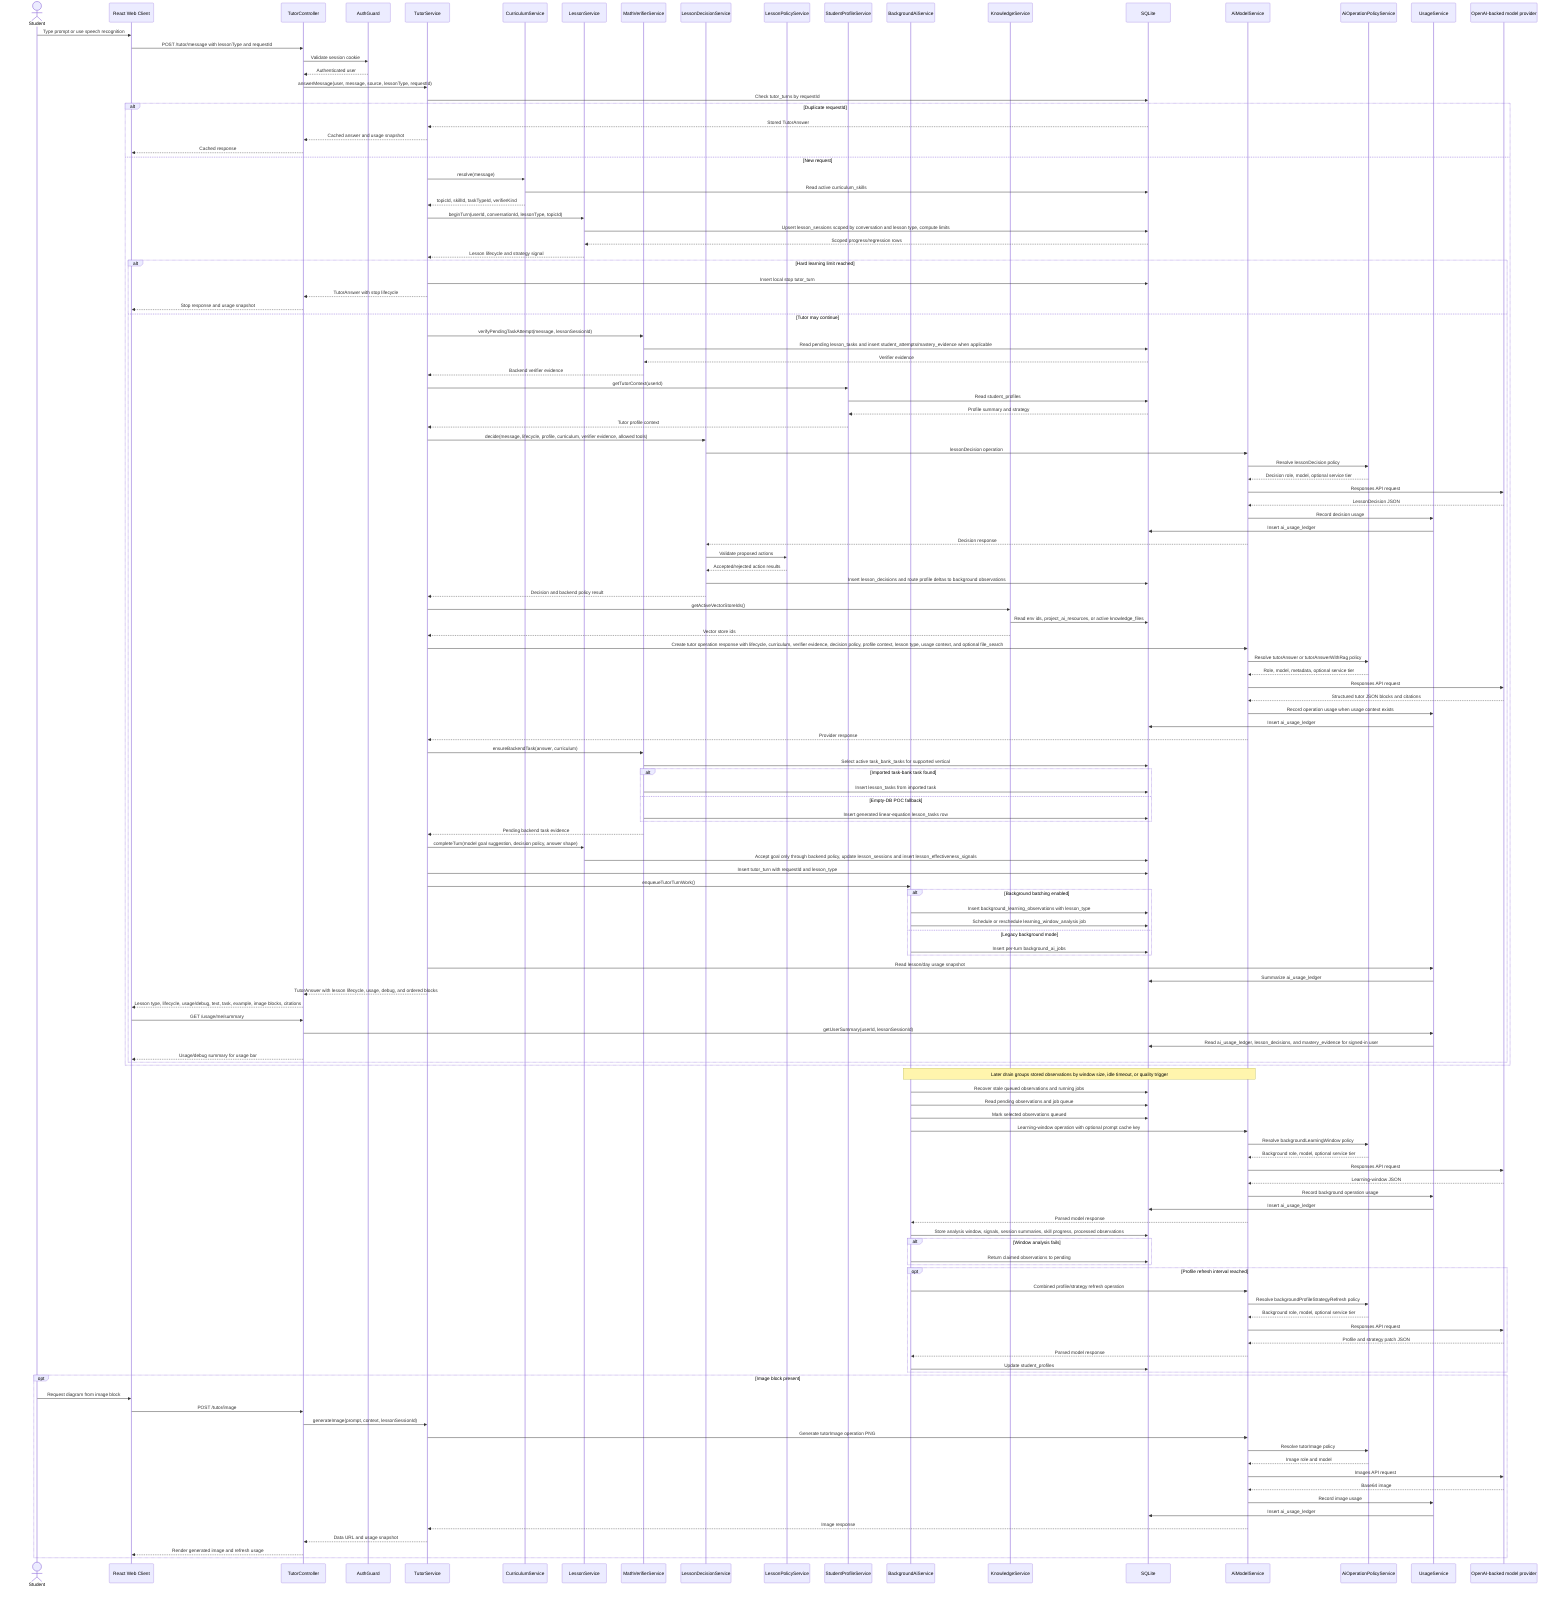
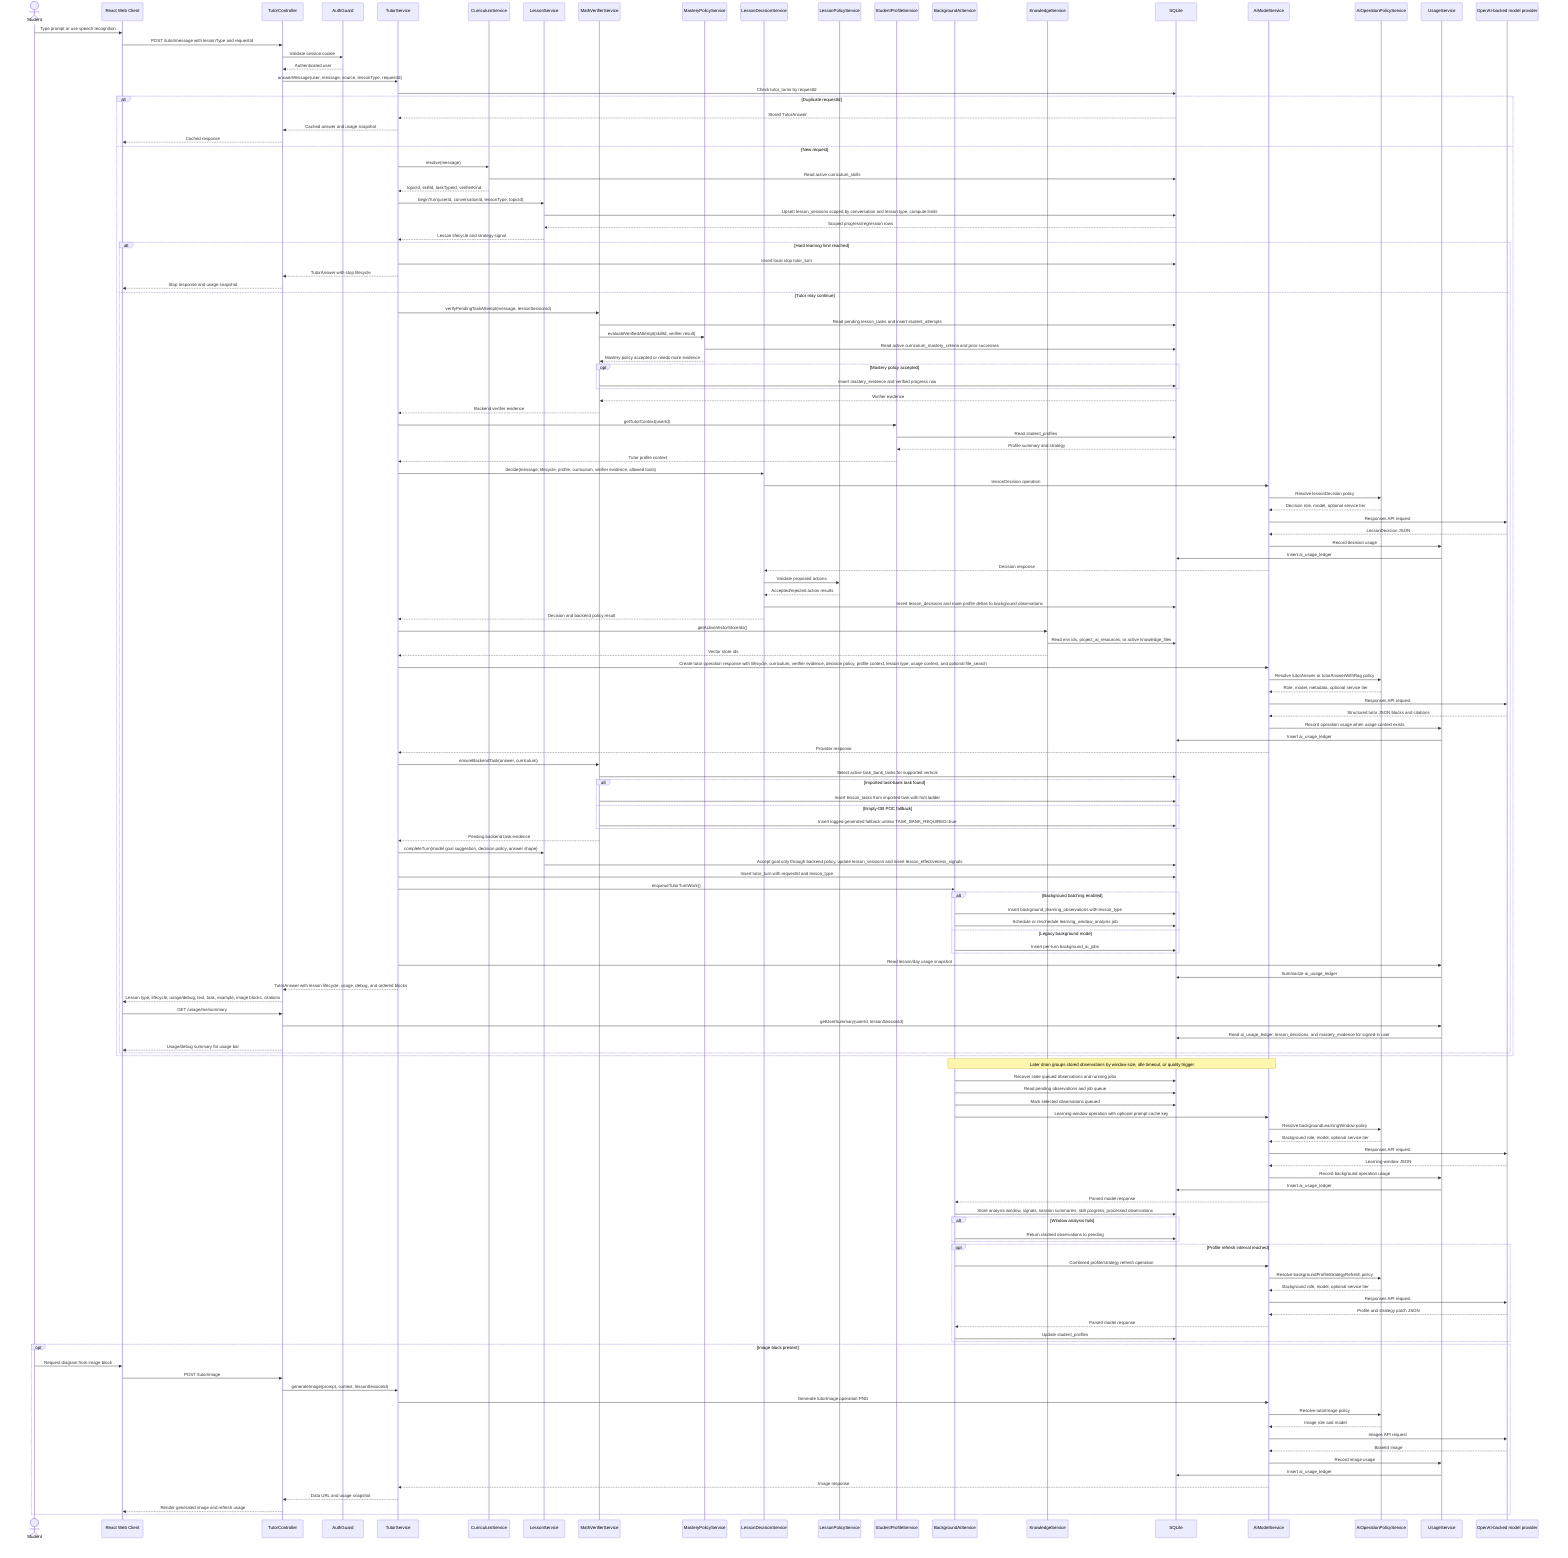
sequenceDiagram
  actor Student
  participant Web as React Web Client
  participant API as TutorController
  participant Auth as AuthGuard
  participant Tutor as TutorService
  participant Curriculum as CurriculumService
  participant Lesson as LessonService
  participant Verifier as MathVerifierService
+   participant MasteryPolicy as MasteryPolicyService
  participant Decision as LessonDecisionService
  participant LessonPolicy as LessonPolicyService
  participant Profile as StudentProfileService
  participant Background as BackgroundAiService
  participant Knowledge as KnowledgeService
  participant DB as SQLite
  participant AIModel as AiModelService
  participant Policy as AiOperationPolicyService
  participant Usage as UsageService
  participant OpenAI as OpenAI-backed model provider

  Student->>Web: Type prompt or use speech recognition
  Web->>API: POST /tutor/message with lessonType and requestId
  API->>Auth: Validate session cookie
  Auth-->>API: Authenticated user
  API->>Tutor: answerMessage(user, message, source, lessonType, requestId)
  Tutor->>DB: Check tutor_turns by requestId
  alt Duplicate requestId
    DB-->>Tutor: Stored TutorAnswer
    Tutor-->>API: Cached answer and usage snapshot
    API-->>Web: Cached response
  else New request
  Tutor->>Curriculum: resolve(message)
  Curriculum->>DB: Read active curriculum_skills
  Curriculum-->>Tutor: topicId, skillId, taskTypeId, verifierKind
  Tutor->>Lesson: beginTurn(userId, conversationId, lessonType, topicId)
  Lesson->>DB: Upsert lesson_sessions scoped by conversation and lesson type, compute limits
  DB-->>Lesson: Scoped progress/regression rows
  Lesson-->>Tutor: Lesson lifecycle and strategy signal
  alt Hard learning limit reached
    Tutor->>DB: Insert local stop tutor_turn
    Tutor-->>API: TutorAnswer with stop lifecycle
    API-->>Web: Stop response and usage snapshot
  else Tutor may continue
  Tutor->>Verifier: verifyPendingTaskAttempt(message, lessonSessionId)
-   Verifier->>DB: Read pending lesson_tasks and insert student_attempts/mastery_evidence when applicable
+   Verifier->>DB: Read pending lesson_tasks and insert student_attempts
+   Verifier->>MasteryPolicy: evaluateVerifiedAttempt(skillId, verifier result)
+   MasteryPolicy->>DB: Read active curriculum_mastery_criteria and prior successes
+   MasteryPolicy-->>Verifier: Mastery policy accepted or needs more evidence
+   opt Mastery policy accepted
+     Verifier->>DB: Insert mastery_evidence and verified progress row
+   end
  DB-->>Verifier: Verifier evidence
  Verifier-->>Tutor: Backend verifier evidence
  Tutor->>Profile: getTutorContext(userId)
  Profile->>DB: Read student_profiles
  DB-->>Profile: Profile summary and strategy
  Profile-->>Tutor: Tutor profile context
  Tutor->>Decision: decide(message, lifecycle, profile, curriculum, verifier evidence, allowed tools)
  Decision->>AIModel: lessonDecision operation
  AIModel->>Policy: Resolve lessonDecision policy
  Policy-->>AIModel: Decision role, model, optional service tier
  AIModel->>OpenAI: Responses API request
  OpenAI-->>AIModel: LessonDecision JSON
  AIModel->>Usage: Record decision usage
  Usage->>DB: Insert ai_usage_ledger
  AIModel-->>Decision: Decision response
  Decision->>LessonPolicy: Validate proposed actions
  LessonPolicy-->>Decision: Accepted/rejected action results
  Decision->>DB: Insert lesson_decisions and route profile deltas to background observations
  Decision-->>Tutor: Decision and backend policy result
  Tutor->>Knowledge: getActiveVectorStoreIds()
  Knowledge->>DB: Read env ids, project_ai_resources, or active knowledge_files
  Knowledge-->>Tutor: Vector store ids
  Tutor->>AIModel: Create tutor operation response with lifecycle, curriculum, verifier evidence, decision policy, profile context, lesson type, usage context, and optional file_search
  AIModel->>Policy: Resolve tutorAnswer or tutorAnswerWithRag policy
  Policy-->>AIModel: Role, model, metadata, optional service tier
  AIModel->>OpenAI: Responses API request
  OpenAI-->>AIModel: Structured tutor JSON blocks and citations
  AIModel->>Usage: Record operation usage when usage context exists
  Usage->>DB: Insert ai_usage_ledger
  AIModel-->>Tutor: Provider response
  Tutor->>Verifier: ensureBackendTask(answer, curriculum)
  Verifier->>DB: Select active task_bank_tasks for supported vertical
  alt Imported task-bank task found
-     Verifier->>DB: Insert lesson_tasks from imported task
+     Verifier->>DB: Insert lesson_tasks from imported task with hint ladder
  else Empty-DB POC fallback
-     Verifier->>DB: Insert generated linear-equation lesson_tasks row
+     Verifier->>DB: Insert logged generated fallback unless TASK_BANK_REQUIRED=true
  end
  Verifier-->>Tutor: Pending backend task evidence
  Tutor->>Lesson: completeTurn(model goal suggestion, decision policy, answer shape)
  Lesson->>DB: Accept goal only through backend policy, update lesson_sessions and insert lesson_effectiveness_signals
  Tutor->>DB: Insert tutor_turn with requestId and lesson_type
  Tutor->>Background: enqueueTutorTurnWork()
  alt Background batching enabled
    Background->>DB: Insert background_learning_observations with lesson_type
    Background->>DB: Schedule or reschedule learning_window_analysis job
  else Legacy background mode
    Background->>DB: Insert per-turn background_ai_jobs
  end
  Tutor->>Usage: Read lesson/day usage snapshot
  Usage->>DB: Summarize ai_usage_ledger
  Tutor-->>API: TutorAnswer with lesson lifecycle, usage, debug, and ordered blocks
  API-->>Web: Lesson type, lifecycle, usage/debug, text, task, example, image blocks, citations
  Web->>API: GET /usage/me/summary
  API->>Usage: getUserSummary(userId, lessonSessionId)
  Usage->>DB: Read ai_usage_ledger, lesson_decisions, and mastery_evidence for signed-in user
  API-->>Web: Usage/debug summary for usage bar
  end
  end
  Note over Background,AIModel: Later drain groups stored observations by window size, idle timeout, or quality trigger
  Background->>DB: Recover stale queued observations and running jobs
  Background->>DB: Read pending observations and job queue
  Background->>DB: Mark selected observations queued
  Background->>AIModel: Learning-window operation with optional prompt cache key
  AIModel->>Policy: Resolve backgroundLearningWindow policy
  Policy-->>AIModel: Background role, model, optional service tier
  AIModel->>OpenAI: Responses API request
  OpenAI-->>AIModel: Learning-window JSON
  AIModel->>Usage: Record background operation usage
  Usage->>DB: Insert ai_usage_ledger
  AIModel-->>Background: Parsed model response
  Background->>DB: Store analysis window, signals, session summaries, skill progress, processed observations
  alt Window analysis fails
    Background->>DB: Return claimed observations to pending
  end
  opt Profile refresh interval reached
    Background->>AIModel: Combined profile/strategy refresh operation
    AIModel->>Policy: Resolve backgroundProfileStrategyRefresh policy
    Policy-->>AIModel: Background role, model, optional service tier
    AIModel->>OpenAI: Responses API request
    OpenAI-->>AIModel: Profile and strategy patch JSON
    AIModel-->>Background: Parsed model response
    Background->>DB: Update student_profiles
  end
  opt Image block present
    Student->>Web: Request diagram from image block
    Web->>API: POST /tutor/image
    API->>Tutor: generateImage(prompt, context, lessonSessionId)
    Tutor->>AIModel: Generate tutorImage operation PNG
    AIModel->>Policy: Resolve tutorImage policy
    Policy-->>AIModel: Image role and model
    AIModel->>OpenAI: Images API request
    OpenAI-->>AIModel: Base64 image
    AIModel->>Usage: Record image usage
    Usage->>DB: Insert ai_usage_ledger
    AIModel-->>Tutor: Image response
    Tutor-->>API: Data URL and usage snapshot
    API-->>Web: Render generated image and refresh usage
  end
